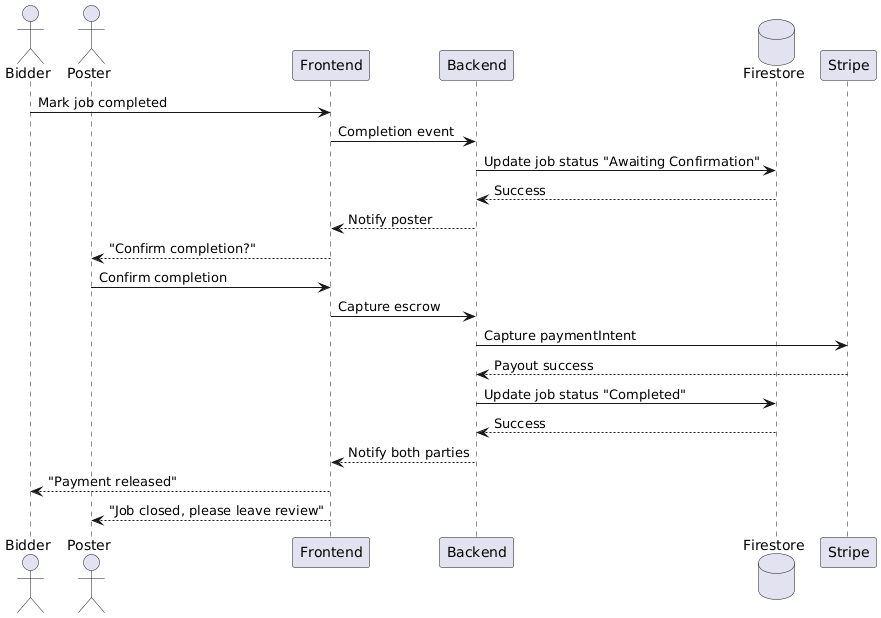
The PlantUML diagram documentation/1.2 Detailed User Stories, Requirements, and Initial Prototype/UC-4.png in tjung-git/OpenBid-Map-first-Bidding-Markplace, before a commit. Its diagram source:
```plantuml
@startuml
actor Bidder as Winner
actor Poster
participant "Frontend" as FE
participant "Backend" as BE
database "Firestore" as DB
participant "Stripe" as Stripe

Winner -> FE: Mark job completed
FE -> BE: Completion event
BE -> DB: Update job status "Awaiting Confirmation"
DB --> BE: Success
BE --> FE: Notify poster
FE --> Poster: "Confirm completion?"

Poster -> FE: Confirm completion
FE -> BE: Capture escrow
BE -> Stripe: Capture paymentIntent
Stripe --> BE: Payout success
BE -> DB: Update job status "Completed"
DB --> BE: Success
BE --> FE: Notify both parties
FE --> Winner: "Payment released"
FE --> Poster: "Job closed, please leave review"
@enduml
```
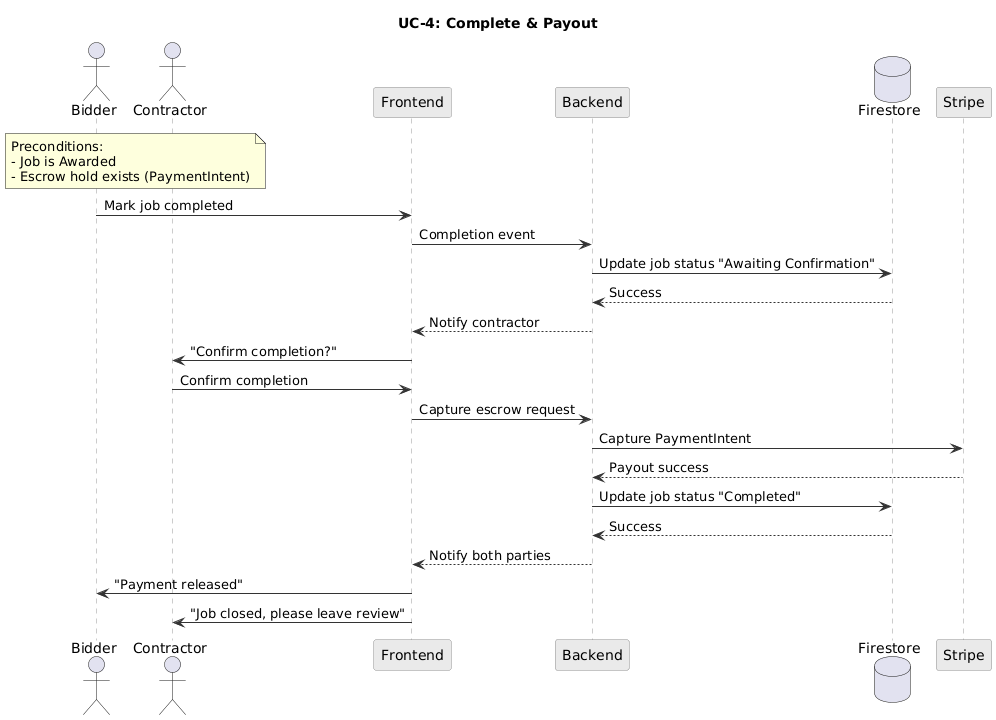
After the change.

Diff of the diagram source:
```diff
@@ -1,25 +1,45 @@
 @startuml
+title UC-4: Complete & Payout
+
+skinparam backgroundColor #ffffff
+skinparam sequence {
+  ArrowColor #333333
+  LifeLineBorderColor #999
+  LifeLineBackgroundColor #f8f8f8
+  ParticipantBorderColor #8a8a8a
+  ParticipantBackgroundColor #eaeaea
+}
+
 actor Bidder as Winner
-actor Poster
+actor Contractor as Poster
 participant "Frontend" as FE
 participant "Backend" as BE
-database "Firestore" as DB
-participant "Stripe" as Stripe
+database "Firestore" as FS
+participant "Stripe" as ST
+
+note over Winner, Poster
+Preconditions:
+- Job is Awarded
+- Escrow hold exists (PaymentIntent)
+end note
 
 Winner -> FE: Mark job completed
 FE -> BE: Completion event
-BE -> DB: Update job status "Awaiting Confirmation"
-DB --> BE: Success
-BE --> FE: Notify poster
-FE --> Poster: "Confirm completion?"
+BE -> FS: Update job status "Awaiting Confirmation"
+FS --> BE: Success
+
+FE <-- BE: Notify contractor
+FE -> Poster: "Confirm completion?"
 
 Poster -> FE: Confirm completion
-FE -> BE: Capture escrow
-BE -> Stripe: Capture paymentIntent
-Stripe --> BE: Payout success
-BE -> DB: Update job status "Completed"
-DB --> BE: Success
+FE -> BE: Capture escrow request
+
+BE -> ST: Capture PaymentIntent
+ST --> BE: Payout success
+BE -> FS: Update job status "Completed"
+FS --> BE: Success
 BE --> FE: Notify both parties
-FE --> Winner: "Payment released"
-FE --> Poster: "Job closed, please leave review"
+
+FE -> Winner: "Payment released"
+FE -> Poster: "Job closed, please leave review"
 @enduml
```
